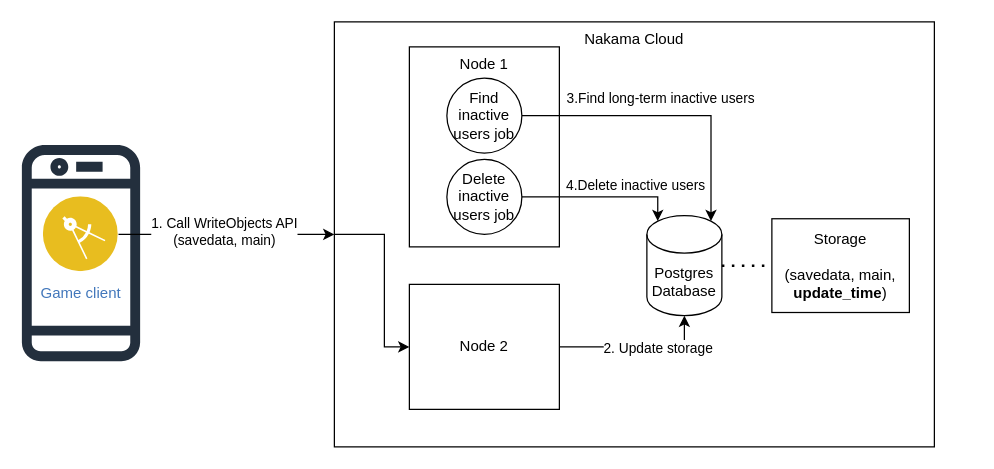
Earlier version of the draw.io diagram Delete long term inactive users.drawio (yaohuiwu/SimpleFS). Source tidied: cells renumbered, new cells numbered last; positions are measured from the earlier drawing's top-left corner, leaving out a move shared by most shapes. Both pictures are drawn from the tidied source at 125%, with x=0, y=0 at pixel (21, 21).
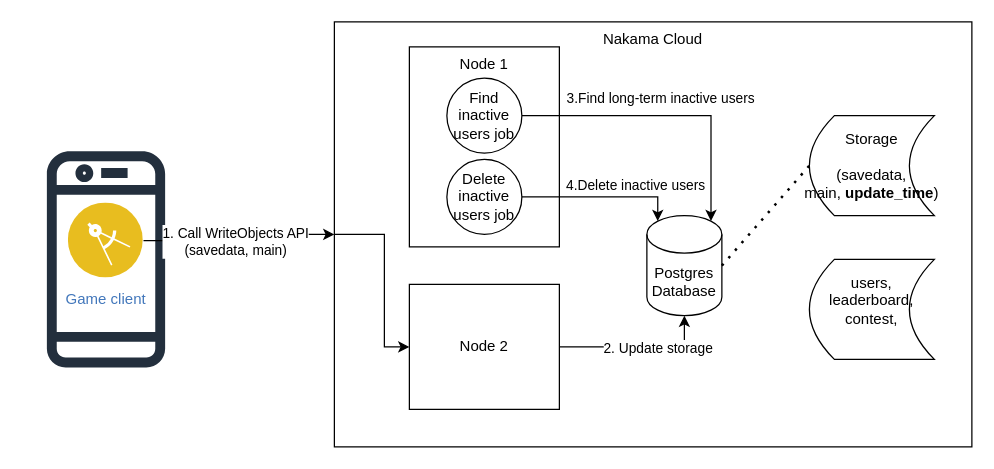
The same page after the edit.

What changed in the source:
```diff
@@
     <mxCell id="2" style="sketch=0;fontColor=#232F3E;gradientColor=none;fillColor=#232F3D;strokeColor=none;dashed=0;verticalLabelPosition=bottom;verticalAlign=top;align=center;html=1;fontSize=12;fontStyle=0;shape=mxgraph.aws4.mobile_client;" parent="1" vertex="1">
-      <mxGeometry y="95" width="94.6" height="180" as="geometry" />
+      <mxGeometry x="20" y="100" width="94.6" height="180" as="geometry" />
     </mxCell>
     <mxCell id="3" value="Nakama Cloud" style="rounded=0;whiteSpace=wrap;html=1;verticalAlign=top;" parent="1" vertex="1">
-      <mxGeometry x="250" width="480" height="340" as="geometry" />
+      <mxGeometry x="250" width="510" height="340" as="geometry" />
     </mxCell>
@@
     <mxCell id="6" value="Game client" style="image;perimeter=ellipsePerimeter;html=1;align=center;shadow=0;dashed=0;fontColor=#4277BB;labelBackgroundColor=default;fontSize=12;spacingTop=3;image=img/lib/ibm/applications/mobile_app.svg;" parent="1" vertex="1">
-      <mxGeometry x="17.3" y="140" width="60" height="60" as="geometry" />
+      <mxGeometry x="37.3" y="145" width="60" height="60" as="geometry" />
     </mxCell>
-    <mxCell id="7" value="Storage&lt;br style=&quot;border-color: var(--border-color);&quot;&gt;&lt;br&gt;(savedata, main, &lt;b&gt;update_time&lt;/b&gt;)" style="rounded=0;whiteSpace=wrap;html=1;verticalAlign=middle;" parent="1" vertex="1">
-      <mxGeometry x="600" y="157.5" width="110" height="75" as="geometry" />
-    </mxCell>
@@
+    <mxCell id="7" value="Storage&lt;br style=&quot;border-color: var(--border-color);&quot;&gt;&lt;br style=&quot;border-color: var(--border-color);&quot;&gt;(savedata, main,&amp;nbsp;&lt;b style=&quot;border-color: var(--border-color);&quot;&gt;update_time&lt;/b&gt;)" style="shape=dataStorage;whiteSpace=wrap;html=1;fixedSize=1;" parent="1" vertex="1">
+      <mxGeometry x="630" y="75" width="100" height="80" as="geometry" />
+    </mxCell>
+    <mxCell id="21" value="users, leaderboard,&lt;br&gt;contest,&lt;br&gt;&lt;br&gt;" style="shape=dataStorage;whiteSpace=wrap;html=1;fixedSize=1;" parent="1" vertex="1">
+      <mxGeometry x="630" y="190" width="100" height="80" as="geometry" />
+    </mxCell>
```
